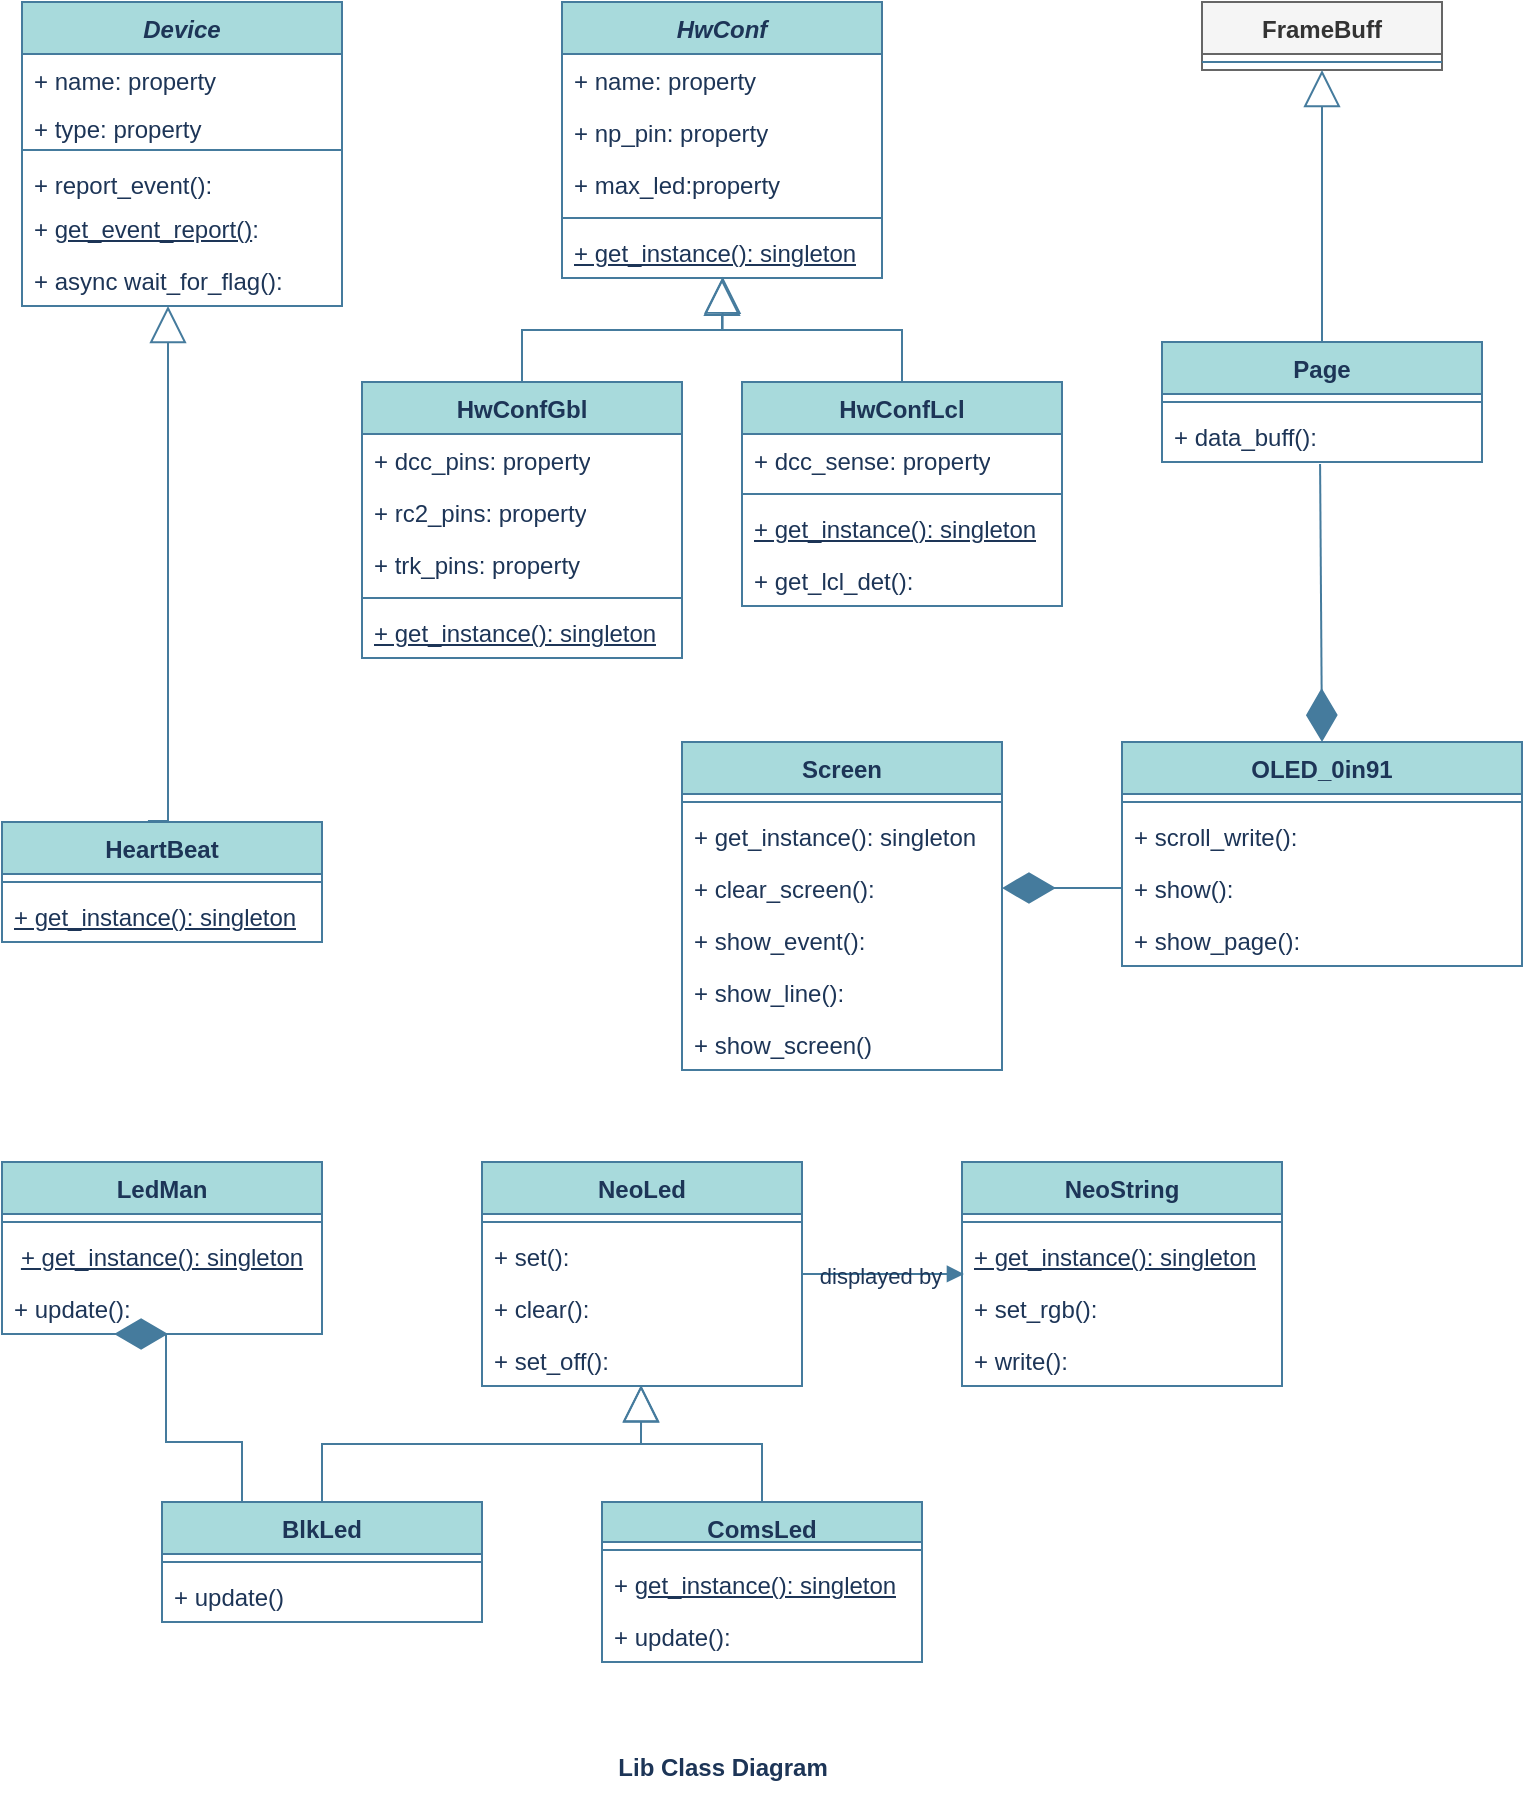
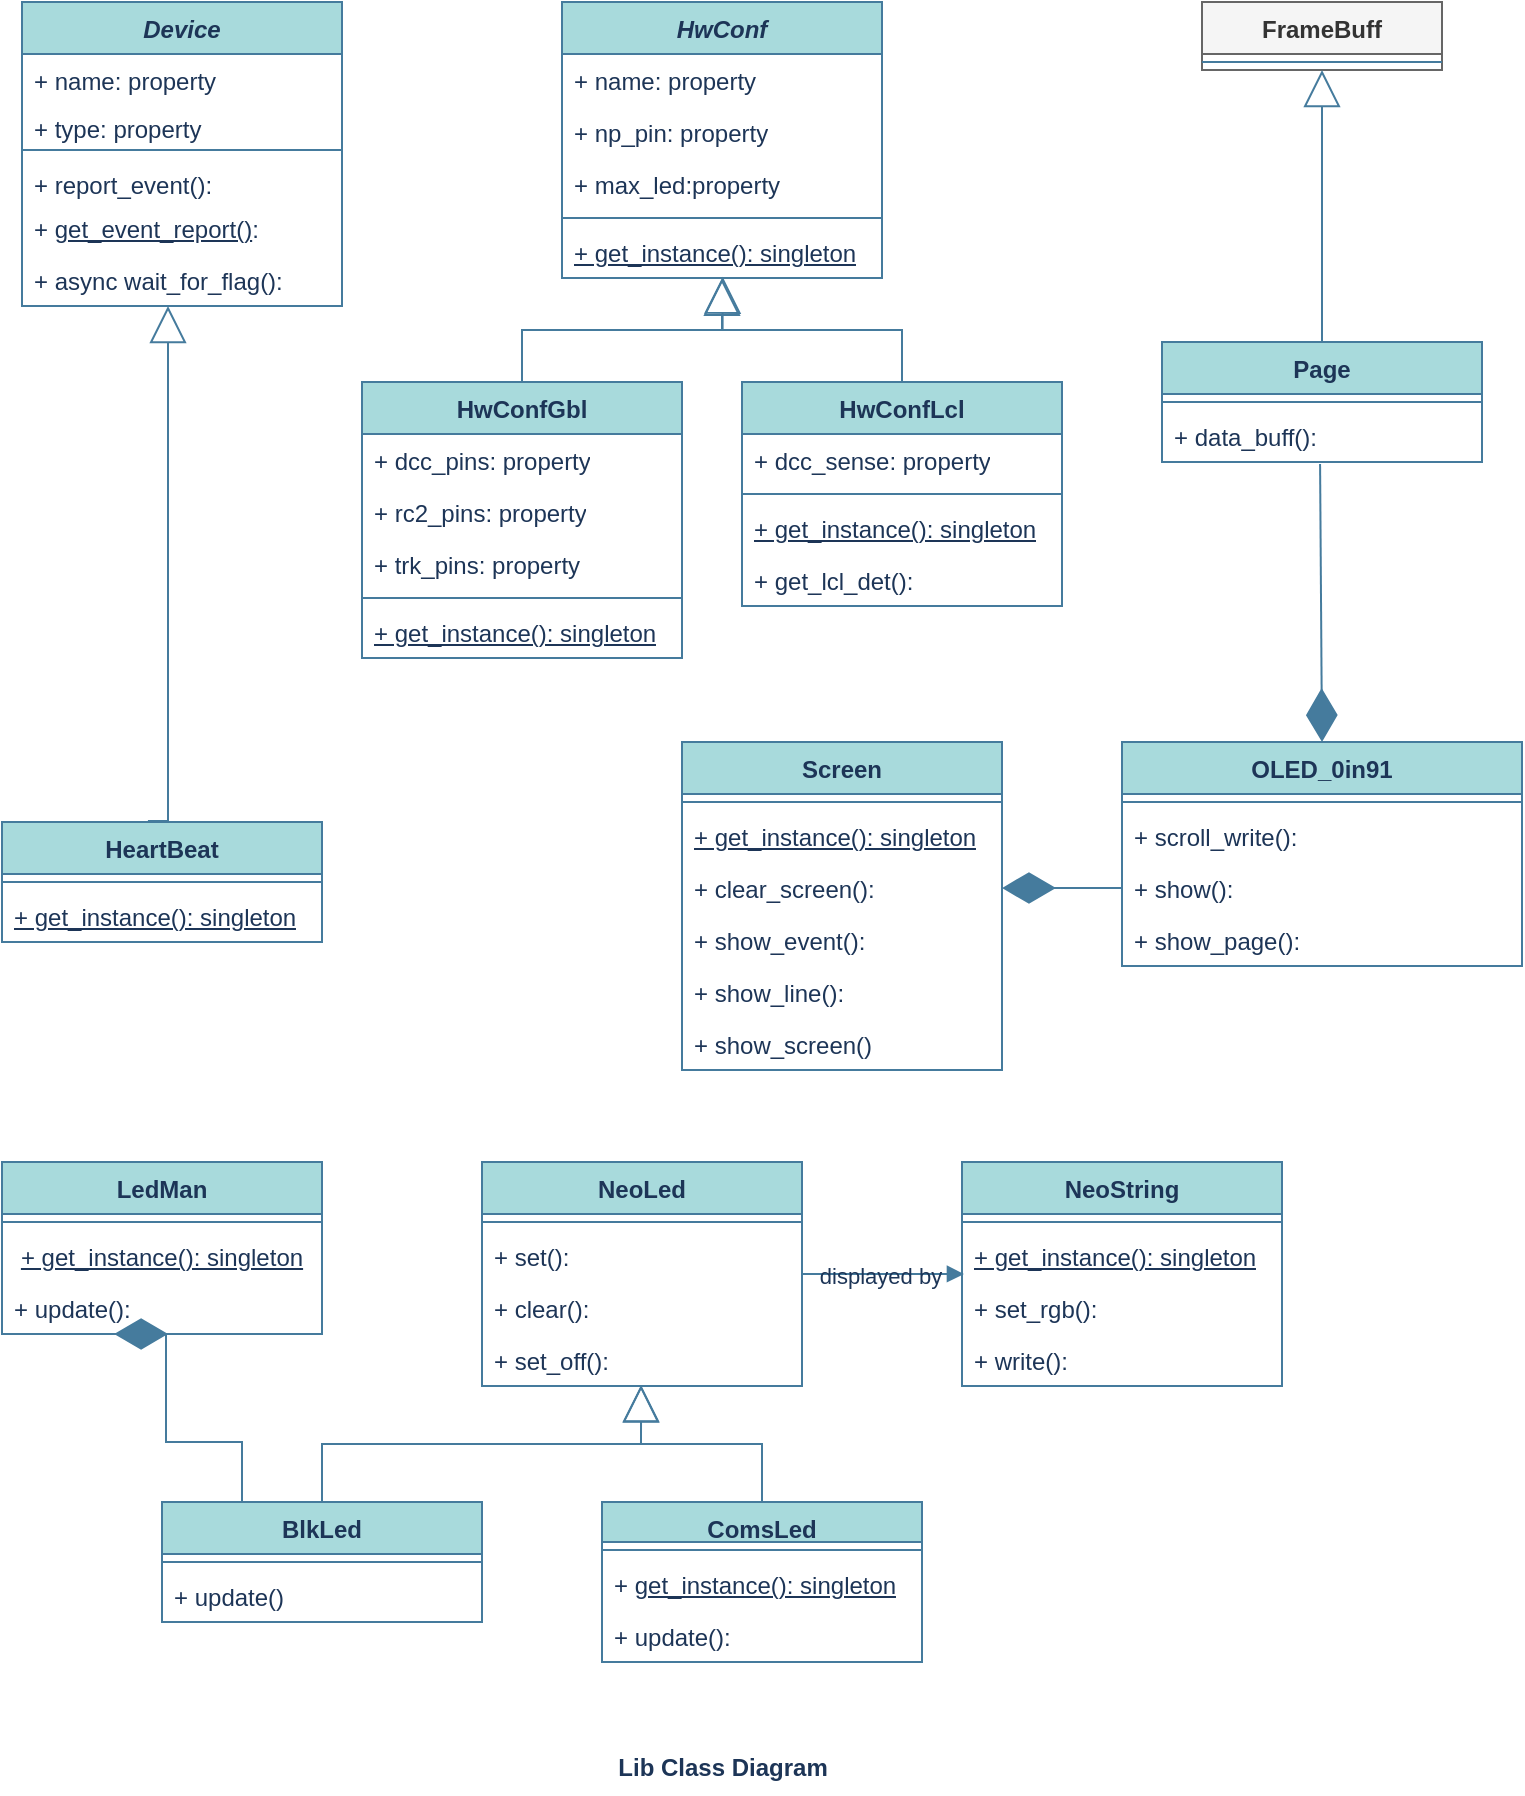
<mxfile host="Electron" agent="5.0 (Windows NT 10.0; Win64; x64) AppleWebKit/537.36 (KHTML, like Gecko) Chrome/90.0.4430.212 Safari/537.36">
  <diagram name="Page-1" id="b5b7bab2-c9e2-2cf4-8b2a-24fd1a2a6d21">
    <mxGraphModel dx="1216" dy="926" grid="1" gridSize="10" guides="0" tooltips="1" connect="1" arrows="1" fold="1" page="1" pageScale="1" pageWidth="827" pageHeight="984" background="none" math="0" shadow="0">
      <root>
        <mxCell id="0" />
        <mxCell id="1" parent="0" />
        <mxCell id="i5k2KeF4qaKqRfNBmmEj-1" parent="1" style="swimlane;fontStyle=1;align=center;verticalAlign=top;childLayout=stackLayout;horizontal=1;startSize=26;horizontalStack=0;resizeParent=1;resizeParentMax=0;resizeLast=0;collapsible=1;marginBottom=0;whiteSpace=wrap;html=1;rounded=0;labelBackgroundColor=none;fillColor=#A8DADC;strokeColor=#457B9D;fontColor=#1D3557;" value="&lt;i&gt;Device&lt;/i&gt;" vertex="1">
          <mxGeometry height="152" width="160" x="50" y="40" as="geometry">
            <mxRectangle height="30" width="80" x="150" y="170" as="alternateBounds" />
          </mxGeometry>
        </mxCell>
        <mxCell id="i5k2KeF4qaKqRfNBmmEj-2" parent="i5k2KeF4qaKqRfNBmmEj-1" style="text;strokeColor=none;fillColor=none;align=left;verticalAlign=top;spacingLeft=4;spacingRight=4;overflow=hidden;rotatable=0;points=[[0,0.5],[1,0.5]];portConstraint=eastwest;whiteSpace=wrap;html=1;rounded=0;labelBackgroundColor=none;fontColor=#1D3557;" value="+ name: property" vertex="1">
          <mxGeometry height="24" width="160" y="26" as="geometry" />
        </mxCell>
        <mxCell id="gr7CwpzHHxp9IrU3xH0L-2" parent="i5k2KeF4qaKqRfNBmmEj-1" style="text;strokeColor=none;fillColor=none;align=left;verticalAlign=top;spacingLeft=4;spacingRight=4;overflow=hidden;rotatable=0;points=[[0,0.5],[1,0.5]];portConstraint=eastwest;whiteSpace=wrap;html=1;rounded=0;labelBackgroundColor=none;fontColor=#1D3557;" value="+ type: property" vertex="1">
          <mxGeometry height="20" width="160" y="50" as="geometry" />
        </mxCell>
        <mxCell id="i5k2KeF4qaKqRfNBmmEj-3" parent="i5k2KeF4qaKqRfNBmmEj-1" style="line;strokeWidth=1;fillColor=none;align=left;verticalAlign=middle;spacingTop=-1;spacingLeft=3;spacingRight=3;rotatable=0;labelPosition=right;points=[];portConstraint=eastwest;rounded=0;labelBackgroundColor=none;strokeColor=#457B9D;fontColor=#1D3557;" value="" vertex="1">
          <mxGeometry height="8" width="160" y="70" as="geometry" />
        </mxCell>
        <mxCell id="i5k2KeF4qaKqRfNBmmEj-4" parent="i5k2KeF4qaKqRfNBmmEj-1" style="text;strokeColor=none;fillColor=none;align=left;verticalAlign=top;spacingLeft=4;spacingRight=4;overflow=hidden;rotatable=0;points=[[0,0.5],[1,0.5]];portConstraint=eastwest;whiteSpace=wrap;html=1;rounded=0;labelBackgroundColor=none;fontColor=#1D3557;" value="+ report_event():" vertex="1">
          <mxGeometry height="22" width="160" y="78" as="geometry" />
        </mxCell>
        <mxCell id="gr7CwpzHHxp9IrU3xH0L-4" parent="i5k2KeF4qaKqRfNBmmEj-1" style="text;strokeColor=none;fillColor=none;align=left;verticalAlign=top;spacingLeft=4;spacingRight=4;overflow=hidden;rotatable=0;points=[[0,0.5],[1,0.5]];portConstraint=eastwest;whiteSpace=wrap;html=1;rounded=0;labelBackgroundColor=none;fontColor=#1D3557;" value="+ &lt;u&gt;get_event_report()&lt;/u&gt;:" vertex="1">
          <mxGeometry height="26" width="160" y="100" as="geometry" />
        </mxCell>
        <mxCell id="dYUUINlyd41lbC2OZtvs-1" parent="i5k2KeF4qaKqRfNBmmEj-1" style="text;strokeColor=none;fillColor=none;align=left;verticalAlign=top;spacingLeft=4;spacingRight=4;overflow=hidden;rotatable=0;points=[[0,0.5],[1,0.5]];portConstraint=eastwest;whiteSpace=wrap;html=1;fontColor=#1D3557;labelBackgroundColor=none;" value="+ async wait_for_flag():" vertex="1">
          <mxGeometry height="26" width="160" y="126" as="geometry" />
        </mxCell>
        <mxCell id="gr7CwpzHHxp9IrU3xH0L-5" edge="1" parent="1" source="gr7CwpzHHxp9IrU3xH0L-6" style="endArrow=block;endSize=16;endFill=0;html=1;rounded=0;edgeStyle=orthogonalEdgeStyle;exitX=0.456;exitY=-0.009;exitDx=0;exitDy=0;exitPerimeter=0;labelBackgroundColor=none;fontColor=default;strokeColor=#457B9D;" target="dYUUINlyd41lbC2OZtvs-1" value="">
          <mxGeometry relative="1" width="160" as="geometry">
            <Array as="points">
              <mxPoint x="123" y="450" />
            </Array>
            <mxPoint x="169.96" y="336" as="sourcePoint" />
            <mxPoint x="123" y="220" as="targetPoint" />
          </mxGeometry>
        </mxCell>
        <mxCell id="gr7CwpzHHxp9IrU3xH0L-6" parent="1" style="swimlane;fontStyle=1;align=center;verticalAlign=top;childLayout=stackLayout;horizontal=1;startSize=26;horizontalStack=0;resizeParent=1;resizeParentMax=0;resizeLast=0;collapsible=1;marginBottom=0;whiteSpace=wrap;html=1;rounded=0;labelBackgroundColor=none;fillColor=#A8DADC;strokeColor=#457B9D;fontColor=#1D3557;" value="HeartBeat" vertex="1">
          <mxGeometry height="60" width="160" x="40" y="450" as="geometry" />
        </mxCell>
        <mxCell id="gr7CwpzHHxp9IrU3xH0L-8" parent="gr7CwpzHHxp9IrU3xH0L-6" style="line;strokeWidth=1;fillColor=none;align=left;verticalAlign=middle;spacingTop=-1;spacingLeft=3;spacingRight=3;rotatable=0;labelPosition=right;points=[];portConstraint=eastwest;rounded=0;labelBackgroundColor=none;strokeColor=#457B9D;fontColor=#1D3557;" value="" vertex="1">
          <mxGeometry height="8" width="160" y="26" as="geometry" />
        </mxCell>
        <mxCell id="gr7CwpzHHxp9IrU3xH0L-9" parent="gr7CwpzHHxp9IrU3xH0L-6" style="text;strokeColor=none;fillColor=none;align=left;verticalAlign=top;spacingLeft=4;spacingRight=4;overflow=hidden;rotatable=0;points=[[0,0.5],[1,0.5]];portConstraint=eastwest;whiteSpace=wrap;html=1;rounded=0;labelBackgroundColor=none;fontColor=#1D3557;" value="&lt;u&gt;+ get_instance(): singleton&lt;/u&gt;" vertex="1">
          <mxGeometry height="26" width="160" y="34" as="geometry" />
        </mxCell>
        <mxCell id="gr7CwpzHHxp9IrU3xH0L-19" parent="1" style="swimlane;fontStyle=1;align=center;verticalAlign=top;childLayout=stackLayout;horizontal=1;startSize=26;horizontalStack=0;resizeParent=1;resizeParentMax=0;resizeLast=0;collapsible=1;marginBottom=0;whiteSpace=wrap;html=1;rounded=0;labelBackgroundColor=none;fillColor=#f5f5f5;strokeColor=#666666;fontColor=#333333;" value="FrameBuff" vertex="1">
          <mxGeometry height="34" width="120" x="640" y="40" as="geometry" />
        </mxCell>
        <mxCell id="gr7CwpzHHxp9IrU3xH0L-21" parent="gr7CwpzHHxp9IrU3xH0L-19" style="line;strokeWidth=1;fillColor=none;align=left;verticalAlign=middle;spacingTop=-1;spacingLeft=3;spacingRight=3;rotatable=0;labelPosition=right;points=[];portConstraint=eastwest;rounded=0;labelBackgroundColor=none;strokeColor=#457B9D;fontColor=#1D3557;" value="" vertex="1">
          <mxGeometry height="8" width="120" y="26" as="geometry" />
        </mxCell>
        <mxCell id="gr7CwpzHHxp9IrU3xH0L-25" parent="1" style="swimlane;fontStyle=1;align=center;verticalAlign=top;childLayout=stackLayout;horizontal=1;startSize=26;horizontalStack=0;resizeParent=1;resizeParentMax=0;resizeLast=0;collapsible=1;marginBottom=0;whiteSpace=wrap;html=1;rounded=0;labelBackgroundColor=none;fillColor=#A8DADC;strokeColor=#457B9D;fontColor=#1D3557;" value="Page" vertex="1">
          <mxGeometry height="60" width="160" x="620" y="210" as="geometry" />
        </mxCell>
        <mxCell id="gr7CwpzHHxp9IrU3xH0L-27" parent="gr7CwpzHHxp9IrU3xH0L-25" style="line;strokeWidth=1;fillColor=none;align=left;verticalAlign=middle;spacingTop=-1;spacingLeft=3;spacingRight=3;rotatable=0;labelPosition=right;points=[];portConstraint=eastwest;rounded=0;labelBackgroundColor=none;strokeColor=#457B9D;fontColor=#1D3557;" value="" vertex="1">
          <mxGeometry height="8" width="160" y="26" as="geometry" />
        </mxCell>
        <mxCell id="gr7CwpzHHxp9IrU3xH0L-28" parent="gr7CwpzHHxp9IrU3xH0L-25" style="text;strokeColor=none;fillColor=none;align=left;verticalAlign=top;spacingLeft=4;spacingRight=4;overflow=hidden;rotatable=0;points=[[0,0.5],[1,0.5]];portConstraint=eastwest;whiteSpace=wrap;html=1;rounded=0;labelBackgroundColor=none;fontColor=#1D3557;" value="+ data_buff():&amp;nbsp;" vertex="1">
          <mxGeometry height="26" width="160" y="34" as="geometry" />
        </mxCell>
        <mxCell id="gr7CwpzHHxp9IrU3xH0L-30" parent="1" style="swimlane;fontStyle=1;align=center;verticalAlign=top;childLayout=stackLayout;horizontal=1;startSize=26;horizontalStack=0;resizeParent=1;resizeParentMax=0;resizeLast=0;collapsible=1;marginBottom=0;whiteSpace=wrap;html=1;rounded=0;labelBackgroundColor=none;fillColor=#A8DADC;strokeColor=#457B9D;fontColor=#1D3557;" value="LedMan" vertex="1">
          <mxGeometry height="86" width="160" x="40" y="620" as="geometry" />
        </mxCell>
        <mxCell id="gr7CwpzHHxp9IrU3xH0L-32" parent="gr7CwpzHHxp9IrU3xH0L-30" style="line;strokeWidth=1;fillColor=none;align=left;verticalAlign=middle;spacingTop=-1;spacingLeft=3;spacingRight=3;rotatable=0;labelPosition=right;points=[];portConstraint=eastwest;rounded=0;labelBackgroundColor=none;strokeColor=#457B9D;fontColor=#1D3557;" value="" vertex="1">
          <mxGeometry height="8" width="160" y="26" as="geometry" />
        </mxCell>
        <mxCell id="gr7CwpzHHxp9IrU3xH0L-33" parent="gr7CwpzHHxp9IrU3xH0L-30" style="text;strokeColor=none;fillColor=none;align=center;verticalAlign=top;spacingLeft=4;spacingRight=4;overflow=hidden;rotatable=0;points=[[0,0.5],[1,0.5]];portConstraint=eastwest;whiteSpace=wrap;html=1;rounded=0;labelBackgroundColor=none;fontColor=#1D3557;" value="&lt;u&gt;+ get_instance(): singleton&lt;/u&gt;" vertex="1">
          <mxGeometry height="26" width="160" y="34" as="geometry" />
        </mxCell>
        <mxCell id="RkI6Bq_OPdAVSRU_zUWE-26" parent="gr7CwpzHHxp9IrU3xH0L-30" style="text;strokeColor=none;fillColor=none;align=left;verticalAlign=top;spacingLeft=4;spacingRight=4;overflow=hidden;rotatable=0;points=[[0,0.5],[1,0.5]];portConstraint=eastwest;whiteSpace=wrap;html=1;labelBackgroundColor=none;fontColor=#1D3557;" value="+ update():" vertex="1">
          <mxGeometry height="26" width="160" y="60" as="geometry" />
        </mxCell>
        <mxCell id="gr7CwpzHHxp9IrU3xH0L-39" parent="1" style="swimlane;fontStyle=1;align=center;verticalAlign=top;childLayout=stackLayout;horizontal=1;startSize=26;horizontalStack=0;resizeParent=1;resizeParentMax=0;resizeLast=0;collapsible=1;marginBottom=0;whiteSpace=wrap;html=1;rounded=0;labelBackgroundColor=none;fillColor=#A8DADC;strokeColor=#457B9D;fontColor=#1D3557;" value="OLED_0in91" vertex="1">
          <mxGeometry height="112" width="200" x="600" y="410" as="geometry" />
        </mxCell>
        <mxCell id="gr7CwpzHHxp9IrU3xH0L-40" parent="gr7CwpzHHxp9IrU3xH0L-39" style="line;strokeWidth=1;fillColor=none;align=left;verticalAlign=middle;spacingTop=-1;spacingLeft=3;spacingRight=3;rotatable=0;labelPosition=right;points=[];portConstraint=eastwest;rounded=0;labelBackgroundColor=none;strokeColor=#457B9D;fontColor=#1D3557;" value="" vertex="1">
          <mxGeometry height="8" width="200" y="26" as="geometry" />
        </mxCell>
        <mxCell id="gr7CwpzHHxp9IrU3xH0L-41" parent="gr7CwpzHHxp9IrU3xH0L-39" style="text;strokeColor=none;fillColor=none;align=left;verticalAlign=top;spacingLeft=4;spacingRight=4;overflow=hidden;rotatable=0;points=[[0,0.5],[1,0.5]];portConstraint=eastwest;whiteSpace=wrap;html=1;rounded=0;labelBackgroundColor=none;fontColor=#1D3557;" value="+ scroll_write():" vertex="1">
          <mxGeometry height="26" width="200" y="34" as="geometry" />
        </mxCell>
        <mxCell id="gr7CwpzHHxp9IrU3xH0L-24" parent="gr7CwpzHHxp9IrU3xH0L-39" style="text;strokeColor=none;fillColor=none;align=left;verticalAlign=top;spacingLeft=4;spacingRight=4;overflow=hidden;rotatable=0;points=[[0,0.5],[1,0.5]];portConstraint=eastwest;whiteSpace=wrap;html=1;rounded=0;labelBackgroundColor=none;fontColor=#1D3557;" value="+ show():" vertex="1">
          <mxGeometry height="26" width="200" y="60" as="geometry" />
        </mxCell>
        <mxCell id="gr7CwpzHHxp9IrU3xH0L-20" parent="gr7CwpzHHxp9IrU3xH0L-39" style="text;strokeColor=none;fillColor=none;align=left;verticalAlign=top;spacingLeft=4;spacingRight=4;overflow=hidden;rotatable=0;points=[[0,0.5],[1,0.5]];portConstraint=eastwest;whiteSpace=wrap;html=1;rounded=0;labelBackgroundColor=none;fontColor=#1D3557;" value="+ show_page():&amp;nbsp;" vertex="1">
          <mxGeometry height="26" width="200" y="86" as="geometry" />
        </mxCell>
        <mxCell id="gr7CwpzHHxp9IrU3xH0L-42" parent="1" style="swimlane;fontStyle=1;align=center;verticalAlign=top;childLayout=stackLayout;horizontal=1;startSize=26;horizontalStack=0;resizeParent=1;resizeParentMax=0;resizeLast=0;collapsible=1;marginBottom=0;whiteSpace=wrap;html=1;rounded=0;labelBackgroundColor=none;fillColor=#A8DADC;strokeColor=#457B9D;fontColor=#1D3557;" value="Screen&lt;div&gt;&lt;br&gt;&lt;/div&gt;" vertex="1">
          <mxGeometry height="164" width="160" x="380" y="410" as="geometry" />
        </mxCell>
        <mxCell id="gr7CwpzHHxp9IrU3xH0L-43" parent="gr7CwpzHHxp9IrU3xH0L-42" style="line;strokeWidth=1;fillColor=none;align=left;verticalAlign=middle;spacingTop=-1;spacingLeft=3;spacingRight=3;rotatable=0;labelPosition=right;points=[];portConstraint=eastwest;rounded=0;labelBackgroundColor=none;strokeColor=#457B9D;fontColor=#1D3557;" value="" vertex="1">
          <mxGeometry height="8" width="160" y="26" as="geometry" />
        </mxCell>
-         <mxCell id="gr7CwpzHHxp9IrU3xH0L-44" parent="gr7CwpzHHxp9IrU3xH0L-42" style="text;strokeColor=none;fillColor=none;align=left;verticalAlign=top;spacingLeft=4;spacingRight=4;overflow=hidden;rotatable=0;points=[[0,0.5],[1,0.5]];portConstraint=eastwest;whiteSpace=wrap;html=1;rounded=0;labelBackgroundColor=none;fontColor=#1D3557;" value="+ get_instance(): singleton" vertex="1">
+         <mxCell id="gr7CwpzHHxp9IrU3xH0L-44" parent="gr7CwpzHHxp9IrU3xH0L-42" style="text;strokeColor=none;fillColor=none;align=left;verticalAlign=top;spacingLeft=4;spacingRight=4;overflow=hidden;rotatable=0;points=[[0,0.5],[1,0.5]];portConstraint=eastwest;whiteSpace=wrap;html=1;rounded=0;labelBackgroundColor=none;fontColor=#1D3557;" value="&lt;u&gt;+ get_instance(): singleton&lt;/u&gt;" vertex="1">
          <mxGeometry height="26" width="160" y="34" as="geometry" />
        </mxCell>
        <mxCell id="mDMc0UqniWf4VMIDUOBD-1" parent="gr7CwpzHHxp9IrU3xH0L-42" style="text;strokeColor=none;fillColor=none;align=left;verticalAlign=top;spacingLeft=4;spacingRight=4;overflow=hidden;rotatable=0;points=[[0,0.5],[1,0.5]];portConstraint=eastwest;whiteSpace=wrap;html=1;labelBackgroundColor=none;fontColor=#1D3557;" value="+ clear_screen():" vertex="1">
          <mxGeometry height="26" width="160" y="60" as="geometry" />
        </mxCell>
        <mxCell id="mDMc0UqniWf4VMIDUOBD-2" parent="gr7CwpzHHxp9IrU3xH0L-42" style="text;strokeColor=none;fillColor=none;align=left;verticalAlign=top;spacingLeft=4;spacingRight=4;overflow=hidden;rotatable=0;points=[[0,0.5],[1,0.5]];portConstraint=eastwest;whiteSpace=wrap;html=1;labelBackgroundColor=none;fontColor=#1D3557;" value="+ show_event():" vertex="1">
          <mxGeometry height="26" width="160" y="86" as="geometry" />
        </mxCell>
        <mxCell id="mDMc0UqniWf4VMIDUOBD-3" parent="gr7CwpzHHxp9IrU3xH0L-42" style="text;strokeColor=none;fillColor=none;align=left;verticalAlign=top;spacingLeft=4;spacingRight=4;overflow=hidden;rotatable=0;points=[[0,0.5],[1,0.5]];portConstraint=eastwest;whiteSpace=wrap;html=1;labelBackgroundColor=none;fontColor=#1D3557;" value="+ show_line():" vertex="1">
          <mxGeometry height="26" width="160" y="112" as="geometry" />
        </mxCell>
        <mxCell id="mDMc0UqniWf4VMIDUOBD-4" parent="gr7CwpzHHxp9IrU3xH0L-42" style="text;strokeColor=none;fillColor=none;align=left;verticalAlign=top;spacingLeft=4;spacingRight=4;overflow=hidden;rotatable=0;points=[[0,0.5],[1,0.5]];portConstraint=eastwest;whiteSpace=wrap;html=1;labelBackgroundColor=none;fontColor=#1D3557;" value="+ show_screen()" vertex="1">
          <mxGeometry height="26" width="160" y="138" as="geometry" />
        </mxCell>
        <mxCell id="gr7CwpzHHxp9IrU3xH0L-45" parent="1" style="swimlane;fontStyle=1;align=center;verticalAlign=top;childLayout=stackLayout;horizontal=1;startSize=26;horizontalStack=0;resizeParent=1;resizeParentMax=0;resizeLast=0;collapsible=1;marginBottom=0;whiteSpace=wrap;html=1;rounded=0;labelBackgroundColor=none;fillColor=#A8DADC;strokeColor=#457B9D;fontColor=#1D3557;" value="&lt;i&gt;HwConf&lt;/i&gt;" vertex="1">
          <mxGeometry height="138" width="160" x="320" y="40" as="geometry" />
        </mxCell>
        <mxCell id="RkI6Bq_OPdAVSRU_zUWE-14" parent="gr7CwpzHHxp9IrU3xH0L-45" style="text;strokeColor=none;fillColor=none;align=left;verticalAlign=top;spacingLeft=4;spacingRight=4;overflow=hidden;rotatable=0;points=[[0,0.5],[1,0.5]];portConstraint=eastwest;whiteSpace=wrap;html=1;fontColor=#1D3557;labelBackgroundColor=none;" value="+ name: property" vertex="1">
          <mxGeometry height="26" width="160" y="26" as="geometry" />
        </mxCell>
        <mxCell id="RkI6Bq_OPdAVSRU_zUWE-11" parent="gr7CwpzHHxp9IrU3xH0L-45" style="text;strokeColor=none;fillColor=none;align=left;verticalAlign=top;spacingLeft=4;spacingRight=4;overflow=hidden;rotatable=0;points=[[0,0.5],[1,0.5]];portConstraint=eastwest;whiteSpace=wrap;html=1;fontColor=#1D3557;labelBackgroundColor=none;" value="+ np_pin: property" vertex="1">
          <mxGeometry height="26" width="160" y="52" as="geometry" />
        </mxCell>
        <mxCell id="RkI6Bq_OPdAVSRU_zUWE-12" parent="gr7CwpzHHxp9IrU3xH0L-45" style="text;strokeColor=none;fillColor=none;align=left;verticalAlign=top;spacingLeft=4;spacingRight=4;overflow=hidden;rotatable=0;points=[[0,0.5],[1,0.5]];portConstraint=eastwest;whiteSpace=wrap;html=1;fontColor=#1D3557;labelBackgroundColor=none;" value="+ max_led:property" vertex="1">
          <mxGeometry height="26" width="160" y="78" as="geometry" />
        </mxCell>
        <mxCell id="gr7CwpzHHxp9IrU3xH0L-46" parent="gr7CwpzHHxp9IrU3xH0L-45" style="line;strokeWidth=1;fillColor=none;align=left;verticalAlign=middle;spacingTop=-1;spacingLeft=3;spacingRight=3;rotatable=0;labelPosition=right;points=[];portConstraint=eastwest;rounded=0;labelBackgroundColor=none;strokeColor=#457B9D;fontColor=#1D3557;" value="" vertex="1">
          <mxGeometry height="8" width="160" y="104" as="geometry" />
        </mxCell>
        <mxCell id="gr7CwpzHHxp9IrU3xH0L-47" parent="gr7CwpzHHxp9IrU3xH0L-45" style="text;strokeColor=none;fillColor=none;align=left;verticalAlign=top;spacingLeft=4;spacingRight=4;overflow=hidden;rotatable=0;points=[[0,0.5],[1,0.5]];portConstraint=eastwest;whiteSpace=wrap;html=1;rounded=0;labelBackgroundColor=none;fontColor=#1D3557;" value="&lt;u&gt;+ get_instance(): singleton&lt;/u&gt;" vertex="1">
          <mxGeometry height="26" width="160" y="112" as="geometry" />
        </mxCell>
        <mxCell id="gr7CwpzHHxp9IrU3xH0L-59" edge="1" parent="1" source="gr7CwpzHHxp9IrU3xH0L-28" style="endArrow=diamondThin;endFill=1;endSize=24;html=1;rounded=0;labelBackgroundColor=none;fontColor=default;strokeColor=#457B9D;entryX=0.5;entryY=0;entryDx=0;entryDy=0;exitX=0.494;exitY=1.038;exitDx=0;exitDy=0;exitPerimeter=0;" target="gr7CwpzHHxp9IrU3xH0L-39" value="">
          <mxGeometry relative="1" width="160" as="geometry">
            <mxPoint x="730" y="230" as="sourcePoint" />
            <mxPoint x="90" y="461" as="targetPoint" />
          </mxGeometry>
        </mxCell>
        <mxCell id="gr7CwpzHHxp9IrU3xH0L-60" parent="1" style="text;align=center;fontStyle=1;verticalAlign=middle;spacingLeft=3;spacingRight=3;strokeColor=none;rotatable=0;points=[[0,0.5],[1,0.5]];portConstraint=eastwest;html=1;rounded=0;labelBackgroundColor=none;fontColor=#1D3557;" value="Lib Class Diagram" vertex="1">
          <mxGeometry height="26" width="80" x="360" y="910" as="geometry" />
        </mxCell>
        <mxCell id="gr7CwpzHHxp9IrU3xH0L-67" parent="1" style="swimlane;fontStyle=1;align=center;verticalAlign=top;childLayout=stackLayout;horizontal=1;startSize=26;horizontalStack=0;resizeParent=1;resizeParentMax=0;resizeLast=0;collapsible=1;marginBottom=0;whiteSpace=wrap;html=1;strokeColor=#457B9D;fillColor=#A8DADC;labelBackgroundColor=none;fontColor=#1D3557;" value="BlkLed" vertex="1">
          <mxGeometry height="60" width="160" x="120" y="790" as="geometry" />
        </mxCell>
        <mxCell id="gr7CwpzHHxp9IrU3xH0L-69" parent="gr7CwpzHHxp9IrU3xH0L-67" style="line;strokeWidth=1;fillColor=none;align=left;verticalAlign=middle;spacingTop=-1;spacingLeft=3;spacingRight=3;rotatable=0;labelPosition=right;points=[];portConstraint=eastwest;strokeColor=#457B9D;fontColor=#1D3557;labelBackgroundColor=none;" value="" vertex="1">
          <mxGeometry height="8" width="160" y="26" as="geometry" />
        </mxCell>
        <mxCell id="RkI6Bq_OPdAVSRU_zUWE-1" parent="gr7CwpzHHxp9IrU3xH0L-67" style="text;strokeColor=none;fillColor=none;align=left;verticalAlign=top;spacingLeft=4;spacingRight=4;overflow=hidden;rotatable=0;points=[[0,0.5],[1,0.5]];portConstraint=eastwest;whiteSpace=wrap;html=1;labelBackgroundColor=none;fontColor=#1D3557;" value="+ update()" vertex="1">
          <mxGeometry height="26" width="160" y="34" as="geometry" />
        </mxCell>
        <mxCell id="gr7CwpzHHxp9IrU3xH0L-81" parent="1" style="swimlane;fontStyle=1;align=center;verticalAlign=top;childLayout=stackLayout;horizontal=1;startSize=26;horizontalStack=0;resizeParent=1;resizeParentMax=0;resizeLast=0;collapsible=1;marginBottom=0;whiteSpace=wrap;html=1;strokeColor=#457B9D;fillColor=#A8DADC;labelBackgroundColor=none;fontColor=#1D3557;" value="NeoLed" vertex="1">
          <mxGeometry height="112" width="160" x="280" y="620" as="geometry" />
        </mxCell>
        <mxCell id="gr7CwpzHHxp9IrU3xH0L-82" parent="gr7CwpzHHxp9IrU3xH0L-81" style="line;strokeWidth=1;fillColor=none;align=left;verticalAlign=middle;spacingTop=-1;spacingLeft=3;spacingRight=3;rotatable=0;labelPosition=right;points=[];portConstraint=eastwest;strokeColor=#457B9D;fontColor=#1D3557;labelBackgroundColor=none;" value="" vertex="1">
          <mxGeometry height="8" width="160" y="26" as="geometry" />
        </mxCell>
        <mxCell id="mDMc0UqniWf4VMIDUOBD-6" parent="gr7CwpzHHxp9IrU3xH0L-81" style="text;strokeColor=none;fillColor=none;align=left;verticalAlign=top;spacingLeft=4;spacingRight=4;overflow=hidden;rotatable=0;points=[[0,0.5],[1,0.5]];portConstraint=eastwest;whiteSpace=wrap;html=1;labelBackgroundColor=none;fontColor=#1D3557;" value="+ set():" vertex="1">
          <mxGeometry height="26" width="160" y="34" as="geometry" />
        </mxCell>
        <mxCell id="HDqHYBe3ltFQRmFrxXKh-1" parent="gr7CwpzHHxp9IrU3xH0L-81" style="text;strokeColor=none;fillColor=none;align=left;verticalAlign=top;spacingLeft=4;spacingRight=4;overflow=hidden;rotatable=0;points=[[0,0.5],[1,0.5]];portConstraint=eastwest;whiteSpace=wrap;html=1;labelBackgroundColor=none;fontColor=#1D3557;" value="+ clear():" vertex="1">
          <mxGeometry height="26" width="160" y="60" as="geometry" />
        </mxCell>
        <mxCell id="HDqHYBe3ltFQRmFrxXKh-2" parent="gr7CwpzHHxp9IrU3xH0L-81" style="text;strokeColor=none;fillColor=none;align=left;verticalAlign=top;spacingLeft=4;spacingRight=4;overflow=hidden;rotatable=0;points=[[0,0.5],[1,0.5]];portConstraint=eastwest;whiteSpace=wrap;html=1;labelBackgroundColor=none;fontColor=#1D3557;" value="+ set_off():" vertex="1">
          <mxGeometry height="26" width="160" y="86" as="geometry" />
        </mxCell>
        <mxCell id="gr7CwpzHHxp9IrU3xH0L-85" parent="1" style="swimlane;fontStyle=1;align=center;verticalAlign=top;childLayout=stackLayout;horizontal=1;startSize=20;horizontalStack=0;resizeParent=1;resizeParentMax=0;resizeLast=0;collapsible=1;marginBottom=0;whiteSpace=wrap;html=1;strokeColor=#457B9D;fillColor=#A8DADC;labelBackgroundColor=none;fontColor=#1D3557;" value="ComsLed" vertex="1">
          <mxGeometry height="80" width="160" x="340" y="790" as="geometry" />
        </mxCell>
        <mxCell id="gr7CwpzHHxp9IrU3xH0L-86" parent="gr7CwpzHHxp9IrU3xH0L-85" style="line;strokeWidth=1;fillColor=none;align=left;verticalAlign=middle;spacingTop=-1;spacingLeft=3;spacingRight=3;rotatable=0;labelPosition=right;points=[];portConstraint=eastwest;strokeColor=#457B9D;fontColor=#1D3557;labelBackgroundColor=none;" value="" vertex="1">
          <mxGeometry height="8" width="160" y="20" as="geometry" />
        </mxCell>
        <mxCell id="HDqHYBe3ltFQRmFrxXKh-5" parent="gr7CwpzHHxp9IrU3xH0L-85" style="text;strokeColor=none;fillColor=none;align=left;verticalAlign=top;spacingLeft=4;spacingRight=4;overflow=hidden;rotatable=0;points=[[0,0.5],[1,0.5]];portConstraint=eastwest;whiteSpace=wrap;html=1;labelBackgroundColor=none;fontColor=#1D3557;" value="+ &lt;u&gt;get_instance(): singleton&lt;/u&gt;" vertex="1">
          <mxGeometry height="26" width="160" y="28" as="geometry" />
        </mxCell>
        <mxCell id="HDqHYBe3ltFQRmFrxXKh-3" parent="gr7CwpzHHxp9IrU3xH0L-85" style="text;strokeColor=none;fillColor=none;align=left;verticalAlign=top;spacingLeft=4;spacingRight=4;overflow=hidden;rotatable=0;points=[[0,0.5],[1,0.5]];portConstraint=eastwest;whiteSpace=wrap;html=1;labelBackgroundColor=none;fontColor=#1D3557;" value="+ update():" vertex="1">
          <mxGeometry height="26" width="160" y="54" as="geometry" />
        </mxCell>
        <mxCell id="gr7CwpzHHxp9IrU3xH0L-89" parent="1" style="swimlane;fontStyle=1;align=center;verticalAlign=top;childLayout=stackLayout;horizontal=1;startSize=26;horizontalStack=0;resizeParent=1;resizeParentMax=0;resizeLast=0;collapsible=1;marginBottom=0;whiteSpace=wrap;html=1;strokeColor=#457B9D;fillColor=#A8DADC;labelBackgroundColor=none;fontColor=#1D3557;" value="HwConfGbl" vertex="1">
          <mxGeometry height="138" width="160" x="220" y="230" as="geometry" />
        </mxCell>
        <mxCell id="RkI6Bq_OPdAVSRU_zUWE-15" parent="gr7CwpzHHxp9IrU3xH0L-89" style="text;strokeColor=none;fillColor=none;align=left;verticalAlign=top;spacingLeft=4;spacingRight=4;overflow=hidden;rotatable=0;points=[[0,0.5],[1,0.5]];portConstraint=eastwest;whiteSpace=wrap;html=1;fontColor=#1D3557;labelBackgroundColor=none;" value="+ dcc_pins: property" vertex="1">
          <mxGeometry height="26" width="160" y="26" as="geometry" />
        </mxCell>
        <mxCell id="RkI6Bq_OPdAVSRU_zUWE-16" parent="gr7CwpzHHxp9IrU3xH0L-89" style="text;strokeColor=none;fillColor=none;align=left;verticalAlign=top;spacingLeft=4;spacingRight=4;overflow=hidden;rotatable=0;points=[[0,0.5],[1,0.5]];portConstraint=eastwest;whiteSpace=wrap;html=1;fontColor=#1D3557;labelBackgroundColor=none;" value="+ rc2_pins: property" vertex="1">
          <mxGeometry height="26" width="160" y="52" as="geometry" />
        </mxCell>
        <mxCell id="RkI6Bq_OPdAVSRU_zUWE-17" parent="gr7CwpzHHxp9IrU3xH0L-89" style="text;strokeColor=none;fillColor=none;align=left;verticalAlign=top;spacingLeft=4;spacingRight=4;overflow=hidden;rotatable=0;points=[[0,0.5],[1,0.5]];portConstraint=eastwest;whiteSpace=wrap;html=1;fontColor=#1D3557;labelBackgroundColor=none;" value="+ trk_pins: property" vertex="1">
          <mxGeometry height="26" width="160" y="78" as="geometry" />
        </mxCell>
        <mxCell id="gr7CwpzHHxp9IrU3xH0L-90" parent="gr7CwpzHHxp9IrU3xH0L-89" style="line;strokeWidth=1;fillColor=none;align=left;verticalAlign=middle;spacingTop=-1;spacingLeft=3;spacingRight=3;rotatable=0;labelPosition=right;points=[];portConstraint=eastwest;strokeColor=#457B9D;fontColor=#1D3557;labelBackgroundColor=none;" value="" vertex="1">
          <mxGeometry height="8" width="160" y="104" as="geometry" />
        </mxCell>
        <mxCell id="RkI6Bq_OPdAVSRU_zUWE-10" parent="gr7CwpzHHxp9IrU3xH0L-89" style="text;strokeColor=none;fillColor=none;align=left;verticalAlign=top;spacingLeft=4;spacingRight=4;overflow=hidden;rotatable=0;points=[[0,0.5],[1,0.5]];portConstraint=eastwest;whiteSpace=wrap;html=1;fontColor=#1D3557;labelBackgroundColor=none;" value="&lt;u&gt;+ get_instance(): singleton&lt;/u&gt;" vertex="1">
          <mxGeometry height="26" width="160" y="112" as="geometry" />
        </mxCell>
        <mxCell id="ga7UKHR63fboqKjUjtnz-1" edge="1" parent="1" source="gr7CwpzHHxp9IrU3xH0L-25" style="endArrow=block;endSize=16;endFill=0;html=1;rounded=0;strokeColor=#457B9D;fontColor=default;fillColor=#A8DADC;entryX=0.5;entryY=1;entryDx=0;entryDy=0;exitX=0.5;exitY=0;exitDx=0;exitDy=0;labelBackgroundColor=none;" target="gr7CwpzHHxp9IrU3xH0L-19" value="">
          <mxGeometry relative="1" width="160" as="geometry">
            <mxPoint x="440" y="430" as="sourcePoint" />
            <mxPoint x="600" y="430" as="targetPoint" />
          </mxGeometry>
        </mxCell>
        <mxCell id="mDMc0UqniWf4VMIDUOBD-5" edge="1" parent="1" source="gr7CwpzHHxp9IrU3xH0L-24" style="endArrow=diamondThin;endFill=1;endSize=24;html=1;rounded=0;labelBackgroundColor=none;strokeColor=#457B9D;fontColor=default;entryX=1;entryY=0.5;entryDx=0;entryDy=0;exitX=0;exitY=0.5;exitDx=0;exitDy=0;" target="mDMc0UqniWf4VMIDUOBD-1" value="">
          <mxGeometry relative="1" width="160" as="geometry">
            <mxPoint x="586" y="440" as="sourcePoint" />
            <mxPoint x="586" y="474" as="targetPoint" />
          </mxGeometry>
        </mxCell>
        <mxCell id="RkI6Bq_OPdAVSRU_zUWE-2" edge="1" parent="1" source="gr7CwpzHHxp9IrU3xH0L-67" style="endArrow=block;endSize=16;endFill=0;html=1;rounded=0;exitX=0.5;exitY=0;exitDx=0;exitDy=0;entryX=0.497;entryY=0.979;entryDx=0;entryDy=0;entryPerimeter=0;edgeStyle=orthogonalEdgeStyle;labelBackgroundColor=none;strokeColor=#457B9D;fontColor=default;" target="HDqHYBe3ltFQRmFrxXKh-2" value="">
          <mxGeometry relative="1" width="160" as="geometry">
            <mxPoint x="-40" y="540" as="sourcePoint" />
            <mxPoint x="120" y="540" as="targetPoint" />
          </mxGeometry>
        </mxCell>
        <mxCell id="RkI6Bq_OPdAVSRU_zUWE-3" edge="1" parent="1" source="gr7CwpzHHxp9IrU3xH0L-85" style="endArrow=block;endSize=16;endFill=0;html=1;rounded=0;exitX=0.5;exitY=0;exitDx=0;exitDy=0;edgeStyle=orthogonalEdgeStyle;entryX=0.497;entryY=0.989;entryDx=0;entryDy=0;entryPerimeter=0;labelBackgroundColor=none;strokeColor=#457B9D;fontColor=default;" target="HDqHYBe3ltFQRmFrxXKh-2" value="">
          <mxGeometry relative="1" width="160" as="geometry">
            <Array as="points">
              <mxPoint x="420" y="761" />
              <mxPoint x="360" y="761" />
            </Array>
            <mxPoint x="-40" y="540" as="sourcePoint" />
            <mxPoint x="360" y="733" as="targetPoint" />
          </mxGeometry>
        </mxCell>
        <mxCell id="RkI6Bq_OPdAVSRU_zUWE-4" edge="1" parent="1" source="gr7CwpzHHxp9IrU3xH0L-67" style="endArrow=diamondThin;endFill=1;endSize=24;html=1;rounded=0;edgeStyle=orthogonalEdgeStyle;exitX=0.25;exitY=0;exitDx=0;exitDy=0;labelBackgroundColor=none;strokeColor=#457B9D;fontColor=default;entryX=0.519;entryY=1;entryDx=0;entryDy=0;entryPerimeter=0;" target="RkI6Bq_OPdAVSRU_zUWE-26" value="">
          <mxGeometry relative="1" width="160" as="geometry">
            <Array as="points">
              <mxPoint x="160" y="760" />
              <mxPoint x="122" y="760" />
            </Array>
            <mxPoint x="160" y="780" as="sourcePoint" />
            <mxPoint x="122" y="720" as="targetPoint" />
          </mxGeometry>
        </mxCell>
        <mxCell id="RkI6Bq_OPdAVSRU_zUWE-5" parent="1" style="swimlane;fontStyle=1;align=center;verticalAlign=top;childLayout=stackLayout;horizontal=1;startSize=26;horizontalStack=0;resizeParent=1;resizeParentMax=0;resizeLast=0;collapsible=1;marginBottom=0;whiteSpace=wrap;html=1;labelBackgroundColor=none;fillColor=#A8DADC;strokeColor=#457B9D;fontColor=#1D3557;" value="NeoString" vertex="1">
          <mxGeometry height="112" width="160" x="520" y="620" as="geometry" />
        </mxCell>
        <mxCell id="RkI6Bq_OPdAVSRU_zUWE-7" parent="RkI6Bq_OPdAVSRU_zUWE-5" style="line;strokeWidth=1;fillColor=none;align=left;verticalAlign=middle;spacingTop=-1;spacingLeft=3;spacingRight=3;rotatable=0;labelPosition=right;points=[];portConstraint=eastwest;strokeColor=#457B9D;labelBackgroundColor=none;fontColor=#1D3557;" value="" vertex="1">
          <mxGeometry height="8" width="160" y="26" as="geometry" />
        </mxCell>
        <mxCell id="RkI6Bq_OPdAVSRU_zUWE-8" parent="RkI6Bq_OPdAVSRU_zUWE-5" style="text;strokeColor=none;fillColor=none;align=left;verticalAlign=top;spacingLeft=4;spacingRight=4;overflow=hidden;rotatable=0;points=[[0,0.5],[1,0.5]];portConstraint=eastwest;whiteSpace=wrap;html=1;labelBackgroundColor=none;fontColor=#1D3557;" value="&lt;u&gt;+ get_instance(): singleton&lt;/u&gt;" vertex="1">
          <mxGeometry height="26" width="160" y="34" as="geometry" />
        </mxCell>
        <mxCell id="RkI6Bq_OPdAVSRU_zUWE-6" parent="RkI6Bq_OPdAVSRU_zUWE-5" style="text;strokeColor=none;fillColor=none;align=left;verticalAlign=top;spacingLeft=4;spacingRight=4;overflow=hidden;rotatable=0;points=[[0,0.5],[1,0.5]];portConstraint=eastwest;whiteSpace=wrap;html=1;labelBackgroundColor=none;fontColor=#1D3557;" value="+ set_rgb():&amp;nbsp;" vertex="1">
          <mxGeometry height="26" width="160" y="60" as="geometry" />
        </mxCell>
        <mxCell id="RkI6Bq_OPdAVSRU_zUWE-9" parent="RkI6Bq_OPdAVSRU_zUWE-5" style="text;strokeColor=none;fillColor=none;align=left;verticalAlign=top;spacingLeft=4;spacingRight=4;overflow=hidden;rotatable=0;points=[[0,0.5],[1,0.5]];portConstraint=eastwest;whiteSpace=wrap;html=1;fontColor=#1D3557;labelBackgroundColor=none;" value="+ write():" vertex="1">
          <mxGeometry height="26" width="160" y="86" as="geometry" />
        </mxCell>
        <mxCell id="RkI6Bq_OPdAVSRU_zUWE-18" parent="1" style="swimlane;fontStyle=1;align=center;verticalAlign=top;childLayout=stackLayout;horizontal=1;startSize=26;horizontalStack=0;resizeParent=1;resizeParentMax=0;resizeLast=0;collapsible=1;marginBottom=0;whiteSpace=wrap;html=1;strokeColor=#457B9D;fillColor=#A8DADC;labelBackgroundColor=none;fontColor=#1D3557;" value="HwConfLcl" vertex="1">
          <mxGeometry height="112" width="160" x="410" y="230" as="geometry" />
        </mxCell>
        <mxCell id="RkI6Bq_OPdAVSRU_zUWE-19" parent="RkI6Bq_OPdAVSRU_zUWE-18" style="text;strokeColor=none;fillColor=none;align=left;verticalAlign=top;spacingLeft=4;spacingRight=4;overflow=hidden;rotatable=0;points=[[0,0.5],[1,0.5]];portConstraint=eastwest;whiteSpace=wrap;html=1;fontColor=#1D3557;labelBackgroundColor=none;" value="+ dcc_sense: property" vertex="1">
          <mxGeometry height="26" width="160" y="26" as="geometry" />
        </mxCell>
        <mxCell id="RkI6Bq_OPdAVSRU_zUWE-22" parent="RkI6Bq_OPdAVSRU_zUWE-18" style="line;strokeWidth=1;fillColor=none;align=left;verticalAlign=middle;spacingTop=-1;spacingLeft=3;spacingRight=3;rotatable=0;labelPosition=right;points=[];portConstraint=eastwest;strokeColor=#457B9D;fontColor=#1D3557;labelBackgroundColor=none;" value="" vertex="1">
          <mxGeometry height="8" width="160" y="52" as="geometry" />
        </mxCell>
        <mxCell id="RkI6Bq_OPdAVSRU_zUWE-23" parent="RkI6Bq_OPdAVSRU_zUWE-18" style="text;strokeColor=none;fillColor=none;align=left;verticalAlign=top;spacingLeft=4;spacingRight=4;overflow=hidden;rotatable=0;points=[[0,0.5],[1,0.5]];portConstraint=eastwest;whiteSpace=wrap;html=1;fontColor=#1D3557;labelBackgroundColor=none;" value="&lt;u&gt;+ get_instance(): singleton&lt;/u&gt;" vertex="1">
          <mxGeometry height="26" width="160" y="60" as="geometry" />
        </mxCell>
        <mxCell id="RkI6Bq_OPdAVSRU_zUWE-21" parent="RkI6Bq_OPdAVSRU_zUWE-18" style="text;strokeColor=none;fillColor=none;align=left;verticalAlign=top;spacingLeft=4;spacingRight=4;overflow=hidden;rotatable=0;points=[[0,0.5],[1,0.5]];portConstraint=eastwest;whiteSpace=wrap;html=1;fontColor=#1D3557;labelBackgroundColor=none;" value="+ get_lcl_det():" vertex="1">
          <mxGeometry height="26" width="160" y="86" as="geometry" />
        </mxCell>
        <mxCell id="RkI6Bq_OPdAVSRU_zUWE-24" edge="1" parent="1" source="gr7CwpzHHxp9IrU3xH0L-89" style="endArrow=block;endSize=16;endFill=0;html=1;rounded=0;strokeColor=#457B9D;fontColor=default;fillColor=#A8DADC;exitX=0.5;exitY=0;exitDx=0;exitDy=0;edgeStyle=orthogonalEdgeStyle;entryX=0.502;entryY=0.974;entryDx=0;entryDy=0;entryPerimeter=0;labelBackgroundColor=none;" target="gr7CwpzHHxp9IrU3xH0L-47" value="">
          <mxGeometry relative="1" width="160" as="geometry">
            <mxPoint x="370" y="390" as="sourcePoint" />
            <mxPoint x="360" y="230" as="targetPoint" />
          </mxGeometry>
        </mxCell>
        <mxCell id="RkI6Bq_OPdAVSRU_zUWE-25" edge="1" parent="1" source="RkI6Bq_OPdAVSRU_zUWE-18" style="endArrow=block;endSize=16;endFill=0;html=1;rounded=0;strokeColor=#457B9D;fontColor=default;fillColor=#A8DADC;exitX=0.5;exitY=0;exitDx=0;exitDy=0;edgeStyle=orthogonalEdgeStyle;entryX=0.5;entryY=1.013;entryDx=0;entryDy=0;entryPerimeter=0;labelBackgroundColor=none;" target="gr7CwpzHHxp9IrU3xH0L-47" value="">
          <mxGeometry relative="1" width="160" as="geometry">
            <mxPoint x="310" y="240" as="sourcePoint" />
            <mxPoint x="360" y="230" as="targetPoint" />
          </mxGeometry>
        </mxCell>
        <mxCell id="m9GLiGnePeKzSxO9uQeq-1" edge="1" parent="1" source="gr7CwpzHHxp9IrU3xH0L-81" style="endArrow=block;startArrow=none;endFill=1;startFill=0;html=1;rounded=0;exitX=1;exitY=0.5;exitDx=0;exitDy=0;entryX=0.006;entryY=0.846;entryDx=0;entryDy=0;entryPerimeter=0;labelBackgroundColor=none;strokeColor=#457B9D;fontColor=default;" target="RkI6Bq_OPdAVSRU_zUWE-8" value="">
          <mxGeometry relative="1" width="160" as="geometry">
            <mxPoint x="330" y="460" as="sourcePoint" />
            <mxPoint x="510" y="640" as="targetPoint" />
          </mxGeometry>
        </mxCell>
        <mxCell id="m9GLiGnePeKzSxO9uQeq-4" connectable="0" parent="m9GLiGnePeKzSxO9uQeq-1" style="edgeLabel;html=1;align=center;verticalAlign=middle;resizable=0;points=[];strokeColor=#457B9D;fontColor=#1D3557;fillColor=#A8DADC;labelBackgroundColor=none;" value="displayed by" vertex="1">
          <mxGeometry relative="1" x="-0.0366" y="-1" as="geometry">
            <mxPoint as="offset" />
          </mxGeometry>
        </mxCell>
      </root>
    </mxGraphModel>
  </diagram>
</mxfile>
